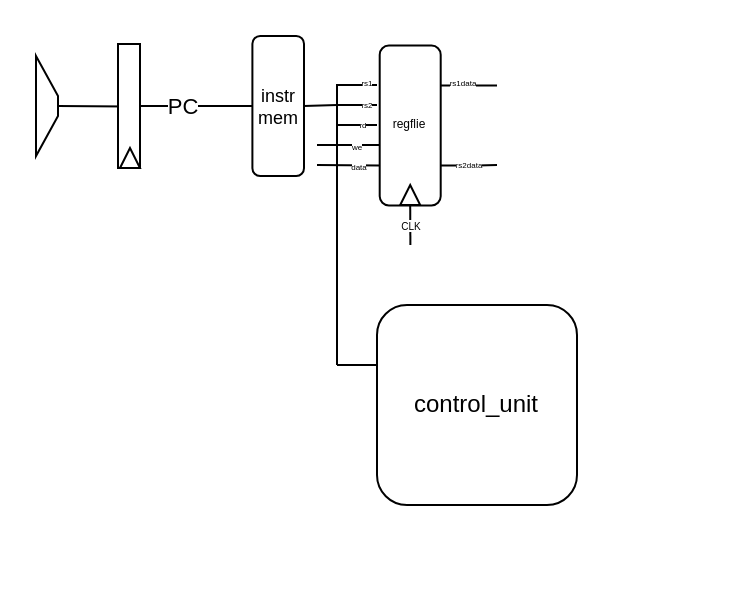
This is single_cycle_rv32i.drawio from kanosukii/rvcore_1stage, a draw.io file, before an edit. Source tidied: cells renumbered, new cells numbered last; positions are measured from the earlier drawing's top-left corner, leaving out a move shared by most shapes. Both pictures are drawn from the tidied source at 200%, with x=0, y=0 at pixel (-4, 80).
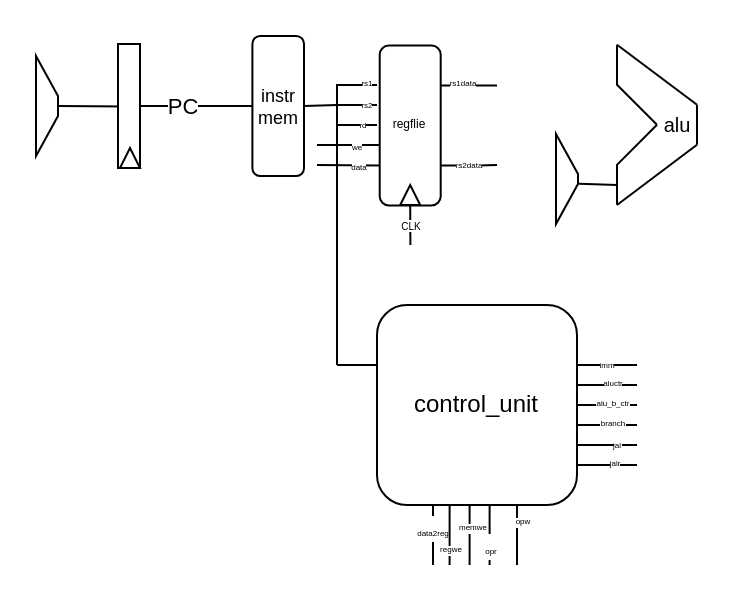
Above is the later version.

Unchanged cells that the change refers to:
```xml
<mxCell id="25" value="control_unit" style="rounded=1;whiteSpace=wrap;html=1;" parent="1" vertex="1">
  <mxGeometry x="190" y="112" width="100" height="100" as="geometry" />
</mxCell>
```

Change to the diagram source:
```diff
@@
+    <mxCell id="30" style="edgeStyle=orthogonalEdgeStyle;rounded=0;jettySize=auto;html=1;exitX=1;exitY=0.5;exitDx=0;exitDy=0;endArrow=none;startFill=0;" parent="1" edge="1" source="25">
+      <mxGeometry relative="1" as="geometry">
+        <mxPoint x="320" y="162" as="targetPoint" />
+      </mxGeometry>
+    </mxCell>
+    <mxCell id="31" value="alu_b_ctr" style="edgeLabel;html=1;align=center;verticalAlign=middle;fontSize=4;" parent="30" vertex="1">
+      <mxGeometry x="0.16" y="1" relative="1" as="geometry" />
+    </mxCell>
+    <mxCell id="32" style="edgeStyle=orthogonalEdgeStyle;rounded=0;orthogonalLoop=1;jettySize=auto;html=1;exitX=0.5;exitY=1;exitDx=0;exitDy=0;endArrow=none;startFill=0;" parent="1" edge="1">
+      <mxGeometry relative="1" as="geometry">
+        <mxPoint x="246.3" y="212" as="sourcePoint" />
+        <mxPoint x="246.3" y="242" as="targetPoint" />
+      </mxGeometry>
+    </mxCell>
+    <mxCell id="33" value="&lt;font style=&quot;font-size: 4px;&quot;&gt;opr&lt;/font&gt;" style="edgeLabel;html=1;align=center;verticalAlign=middle;" parent="32" vertex="1">
+      <mxGeometry x="-0.38" relative="1" as="geometry">
+        <mxPoint y="11" as="offset" />
+      </mxGeometry>
+    </mxCell>
@@
+    <mxCell id="34" style="edgeStyle=orthogonalEdgeStyle;rounded=0;orthogonalLoop=1;jettySize=auto;html=1;exitX=1;exitY=0.5;exitDx=0;exitDy=0;endArrow=none;startFill=0;" parent="1" edge="1">
+      <mxGeometry relative="1" as="geometry">
+        <mxPoint x="290" y="142" as="sourcePoint" />
+        <mxPoint x="320" y="142" as="targetPoint" />
+      </mxGeometry>
+    </mxCell>
+    <mxCell id="35" value="imm" style="edgeLabel;html=1;align=center;verticalAlign=middle;fontSize=4;" parent="34" vertex="1">
+      <mxGeometry x="-0.04" relative="1" as="geometry" />
+    </mxCell>
+    <mxCell id="36" style="edgeStyle=orthogonalEdgeStyle;rounded=0;orthogonalLoop=1;jettySize=auto;html=1;exitX=1;exitY=0.5;exitDx=0;exitDy=0;endArrow=none;startFill=0;" parent="1" edge="1">
+      <mxGeometry relative="1" as="geometry">
+        <mxPoint x="290" y="152" as="sourcePoint" />
+        <mxPoint x="320" y="152" as="targetPoint" />
+      </mxGeometry>
+    </mxCell>
+    <mxCell id="37" value="aluctr" style="edgeLabel;html=1;align=center;verticalAlign=middle;fontSize=4;" parent="36" vertex="1">
+      <mxGeometry x="0.11" y="1" relative="1" as="geometry" />
+    </mxCell>
+    <mxCell id="38" style="edgeStyle=orthogonalEdgeStyle;rounded=0;orthogonalLoop=1;jettySize=auto;html=1;exitX=1;exitY=0.5;exitDx=0;exitDy=0;endArrow=none;startFill=0;" parent="1" edge="1">
+      <mxGeometry relative="1" as="geometry">
+        <mxPoint x="290" y="192" as="sourcePoint" />
+        <mxPoint x="320" y="192" as="targetPoint" />
+      </mxGeometry>
+    </mxCell>
+    <mxCell id="39" value="jalr" style="edgeLabel;html=1;align=center;verticalAlign=middle;fontSize=4;" parent="38" vertex="1">
+      <mxGeometry x="0.18" y="1" relative="1" as="geometry" />
+    </mxCell>
+    <mxCell id="40" style="edgeStyle=orthogonalEdgeStyle;rounded=0;orthogonalLoop=1;jettySize=auto;html=1;exitX=1;exitY=0.5;exitDx=0;exitDy=0;endArrow=none;startFill=0;" parent="1" edge="1">
+      <mxGeometry relative="1" as="geometry">
+        <mxPoint x="290" y="172" as="sourcePoint" />
+        <mxPoint x="320" y="172" as="targetPoint" />
+      </mxGeometry>
+    </mxCell>
+    <mxCell id="41" value="branch" style="edgeLabel;html=1;align=center;verticalAlign=middle;fontSize=4;" parent="40" vertex="1">
+      <mxGeometry x="0.16" y="1" relative="1" as="geometry" />
+    </mxCell>
+    <mxCell id="42" style="edgeStyle=orthogonalEdgeStyle;rounded=0;orthogonalLoop=1;jettySize=auto;html=1;exitX=1;exitY=0.5;exitDx=0;exitDy=0;endArrow=none;startFill=0;" parent="1" edge="1">
+      <mxGeometry relative="1" as="geometry">
+        <mxPoint x="290" y="182" as="sourcePoint" />
+        <mxPoint x="320" y="182" as="targetPoint" />
+      </mxGeometry>
+    </mxCell>
+    <mxCell id="43" value="jal" style="edgeLabel;html=1;align=center;verticalAlign=middle;fontSize=4;" parent="42" vertex="1">
+      <mxGeometry x="0.27" relative="1" as="geometry" />
+    </mxCell>
+    <mxCell id="44" style="edgeStyle=orthogonalEdgeStyle;rounded=0;orthogonalLoop=1;jettySize=auto;html=1;exitX=0.5;exitY=1;exitDx=0;exitDy=0;endArrow=none;startFill=0;" parent="1" edge="1">
+      <mxGeometry relative="1" as="geometry">
+        <mxPoint x="218" y="212" as="sourcePoint" />
+        <mxPoint x="218" y="242" as="targetPoint" />
+      </mxGeometry>
+    </mxCell>
+    <mxCell id="45" value="&lt;span style=&quot;font-size: 4px;&quot;&gt;data2reg&lt;/span&gt;" style="edgeLabel;html=1;align=center;verticalAlign=middle;" parent="44" vertex="1">
+      <mxGeometry x="-0.27" y="-1" relative="1" as="geometry" />
+    </mxCell>
+    <mxCell id="46" style="edgeStyle=orthogonalEdgeStyle;rounded=0;orthogonalLoop=1;jettySize=auto;html=1;exitX=0.5;exitY=1;exitDx=0;exitDy=0;endArrow=none;startFill=0;" parent="1" edge="1">
+      <mxGeometry relative="1" as="geometry">
+        <mxPoint x="236.3" y="212" as="sourcePoint" />
+        <mxPoint x="236.3" y="242" as="targetPoint" />
+      </mxGeometry>
+    </mxCell>
+    <mxCell id="47" value="memwe" style="edgeLabel;html=1;align=center;verticalAlign=middle;fontSize=4;" parent="46" vertex="1">
+      <mxGeometry x="-0.29" y="1" relative="1" as="geometry" />
+    </mxCell>
+    <mxCell id="48" style="edgeStyle=orthogonalEdgeStyle;rounded=0;orthogonalLoop=1;jettySize=auto;html=1;exitX=0.5;exitY=1;exitDx=0;exitDy=0;endArrow=none;startFill=0;" parent="1" edge="1">
+      <mxGeometry relative="1" as="geometry">
+        <mxPoint x="260" y="212" as="sourcePoint" />
+        <mxPoint x="260" y="242" as="targetPoint" />
+      </mxGeometry>
+    </mxCell>
+    <mxCell id="49" value="opw" style="edgeLabel;html=1;align=center;verticalAlign=middle;fontSize=4;" parent="48" vertex="1">
+      <mxGeometry x="-0.44" y="2" relative="1" as="geometry" />
+    </mxCell>
+    <mxCell id="50" style="edgeStyle=orthogonalEdgeStyle;rounded=0;orthogonalLoop=1;jettySize=auto;html=1;exitX=0.5;exitY=1;exitDx=0;exitDy=0;endArrow=none;startFill=0;" parent="1" edge="1">
+      <mxGeometry relative="1" as="geometry">
+        <mxPoint x="226.3" y="212" as="sourcePoint" />
+        <mxPoint x="226.3" y="242" as="targetPoint" />
+      </mxGeometry>
+    </mxCell>
+    <mxCell id="51" value="regwe" style="edgeLabel;html=1;align=center;verticalAlign=middle;fontSize=4;" parent="50" vertex="1">
+      <mxGeometry x="0.49" relative="1" as="geometry" />
+    </mxCell>
+    <mxCell id="52" style="endArrow=none;html=1;rounded=0;" parent="1" edge="1">
+      <mxGeometry relative="1" as="geometry">
+        <mxPoint x="310" y="-18.1" as="sourcePoint" />
+        <mxPoint x="350" y="11.9" as="targetPoint" />
+      </mxGeometry>
+    </mxCell>
+    <mxCell id="53" style="endArrow=none;html=1;rounded=0;" parent="1" edge="1">
+      <mxGeometry relative="1" as="geometry">
+        <mxPoint x="310" y="62" as="sourcePoint" />
+        <mxPoint x="350" y="31.9" as="targetPoint" />
+      </mxGeometry>
+    </mxCell>
+    <mxCell id="54" style="endArrow=none;html=1;rounded=0;" parent="1" edge="1">
+      <mxGeometry relative="1" as="geometry">
+        <mxPoint x="330" y="21.9" as="sourcePoint" />
+        <mxPoint x="310" y="-18.1" as="targetPoint" />
+        <Array as="points">
+          <mxPoint x="310" y="1.9" />
+        </Array>
+      </mxGeometry>
+    </mxCell>
+    <mxCell id="55" style="endArrow=none;html=1;rounded=0;" parent="1" edge="1">
+      <mxGeometry relative="1" as="geometry">
+        <mxPoint x="330" y="21.9" as="sourcePoint" />
+        <mxPoint x="310" y="61.9" as="targetPoint" />
+        <Array as="points">
+          <mxPoint x="310" y="41.9" />
+        </Array>
+      </mxGeometry>
+    </mxCell>
+    <mxCell id="56" style="endArrow=none;html=1;rounded=0;" parent="1" edge="1">
+      <mxGeometry relative="1" as="geometry">
+        <mxPoint x="350" y="31.9" as="sourcePoint" />
+        <mxPoint x="350" y="11.9" as="targetPoint" />
+      </mxGeometry>
+    </mxCell>
+    <mxCell id="57" value="alu" style="text;html=1;align=center;verticalAlign=middle;strokeColor=none;fillColor=none;fontSize=10;" parent="1" vertex="1">
+      <mxGeometry x="320" y="7" width="40" height="30" as="geometry" />
+    </mxCell>
+    <mxCell id="58" style="shape=trapezoid;perimeter=trapezoidPerimeter;whiteSpace=wrap;html=1;fixedSize=1;rotation=90;" parent="1" vertex="1">
+      <mxGeometry x="262.5" y="43.5" width="45" height="11" as="geometry" />
+    </mxCell>
+    <mxCell id="59" style="endArrow=none;html=1;rounded=0;exitX=0.552;exitY=-0.045;exitDx=0;exitDy=0;exitPerimeter=0;" parent="1" edge="1" source="58">
+      <mxGeometry relative="1" as="geometry">
+        <mxPoint x="310" y="52" as="targetPoint" />
+      </mxGeometry>
+    </mxCell>
```
